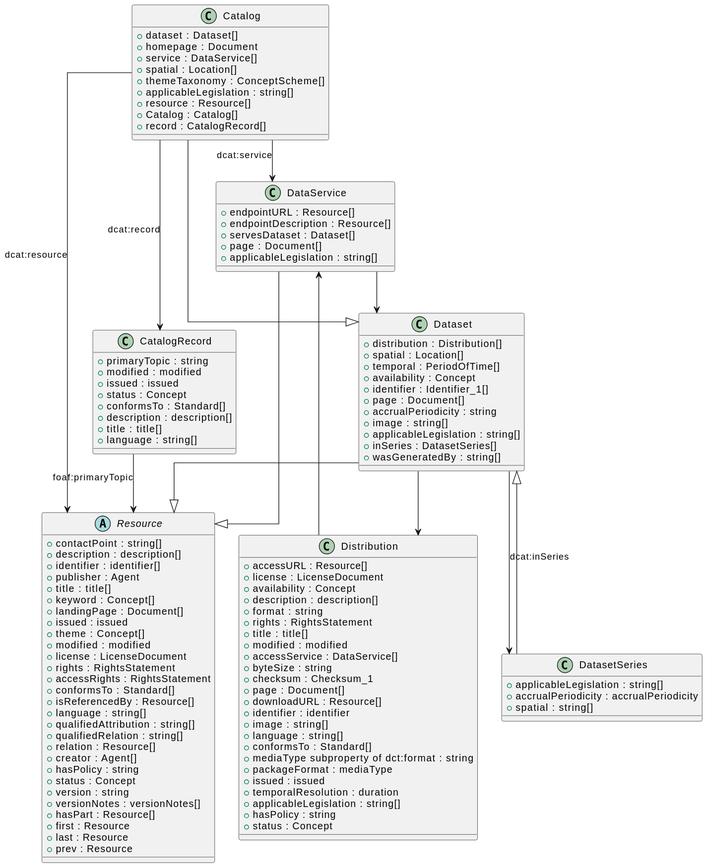
Earlier version of the PlantUML export docs/releases/3.0_workingdraft/images/uml_3.0.svg (opendata-swiss/dcat_ap_ch). Source of this version:
```plantuml
@startuml
skinparam linetype ortho


class Catalog {
    +dataset : Dataset[]
    +homepage : Document
    +service : DataService[]
    +spatial : Location[]
    +themeTaxonomy : ConceptScheme[]
    +applicableLegislation : string[]
    +resource : Resource[]
    +Catalog : Catalog[]
    +record : CatalogRecord[]
}

abstract class Resource {
    +contactPoint : string[]
    +description : description[]
    +identifier : identifier[]
    +publisher : Agent
    +title : title[]
    +keyword : Concept[]
    +landingPage : Document[]
    +issued : issued
    +theme : Concept[]
    +modified : modified
    +license : LicenseDocument
    +rights : RightsStatement
    +accessRights : RightsStatement
    +conformsTo : Standard[]
    +isReferencedBy : Resource[]
    +language : string[]
    +qualifiedAttribution : string[]
    +qualifiedRelation : string[]
    +relation : Resource[]
    +creator : Agent[]
    +hasPolicy : string
    +status : Concept
    +version : string
    +versionNotes : versionNotes[]
    +hasPart : Resource[]
    +first : Resource
    +last : Resource
    +prev : Resource
}
class CatalogRecord {
    +primaryTopic : string
    +modified : modified
    +issued : issued
    +status : Concept
    +conformsTo : Standard[]
    +description : description[]
    +title : title[]
    +language : string[]
}
class DataService {
    +endpointURL : Resource[]
    +endpointDescription : Resource[]
    +servesDataset : Dataset[]
    +page : Document[]
    +applicableLegislation : string[]
}
class Dataset {
    +distribution : Distribution[]
    +spatial : Location[]
    +temporal : PeriodOfTime[]
    +availability : Concept
    +identifier : Identifier_1[]
    +page : Document[]
    +accrualPeriodicity : string
    +image : string[]
    +applicableLegislation : string[]
    +inSeries : DatasetSeries[]
    +wasGeneratedBy : string[]
}
class DatasetSeries {
    +applicableLegislation : string[]
    +accrualPeriodicity : accrualPeriodicity
    +spatial : string[]
}
class Distribution {
    +accessURL : Resource[]
    +license : LicenseDocument
    +availability : Concept
    +description : description[]
    +format : string
    +rights : RightsStatement
    +title : title[]
    +modified : modified
    +accessService : DataService[]
    +byteSize : string
    +checksum : Checksum_1
    +page : Document[]
    +downloadURL : Resource[]
    +identifier : identifier
    +image : string[]
    +language : string[]
    +conformsTo : Standard[]
    +mediaType subproperty of dct:format : string
    +packageFormat : mediaType
    +issued : issued
    +temporalResolution : duration
    +applicableLegislation : string[]
    +hasPolicy : string
    +status : Concept
}


CatalogRecord-->Resource :foaf:primaryTopic
Catalog-->Resource :dcat:resource
Dataset-->DatasetSeries :dcat:inSeries
Catalog--|>Dataset
Dataset-->Distribution
Distribution-->DataService
DataService-->Dataset
Catalog-->DataService :dcat:service
Catalog-->CatalogRecord :dcat:record
DatasetSeries--|>Dataset
DataService--|>Resource
Dataset--|>Resource
@enduml
```
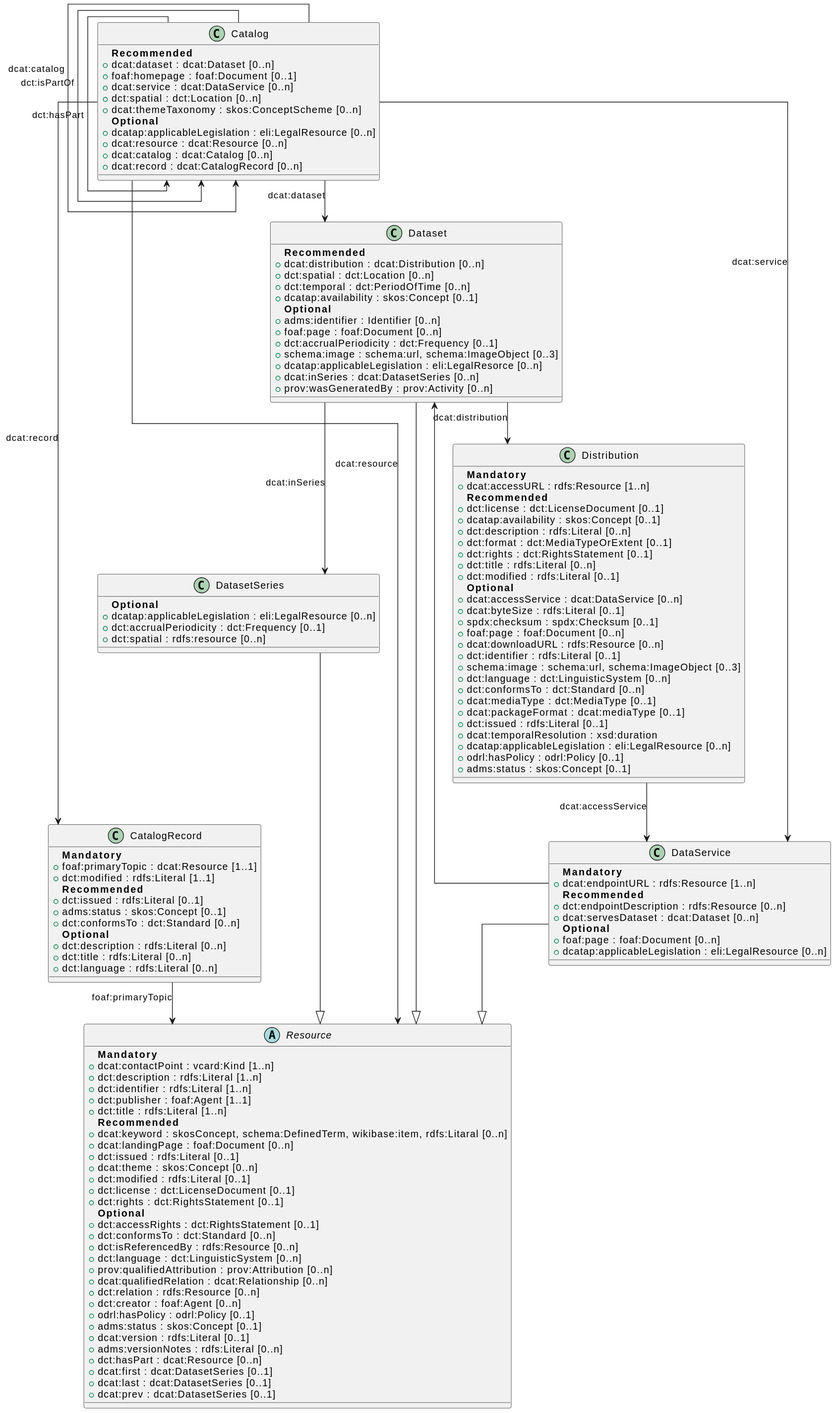
After the commit.

The edit, as a diff of the source:
```diff
@@ -3,120 +3,138 @@
 
 
 class Catalog {
-    +dataset : Dataset[]
-    +homepage : Document
-    +service : DataService[]
-    +spatial : Location[]
-    +themeTaxonomy : ConceptScheme[]
-    +applicableLegislation : string[]
-    +resource : Resource[]
-    +Catalog : Catalog[]
-    +record : CatalogRecord[]
+**Recommended**
+    +dcat:dataset : dcat:Dataset [0..n]
+    +foaf:homepage : foaf:Document [0..1]
+    +dcat:service : dcat:DataService [0..n]
+    +dct:spatial : dct:Location [0..n]
+    +dcat:themeTaxonomy : skos:ConceptScheme [0..n]
+**Optional**
+    +dcatap:applicableLegislation : eli:LegalResource [0..n]
+    +dcat:resource : dcat:Resource [0..n]
+    +dcat:catalog : dcat:Catalog [0..n]
+    +dcat:record : dcat:CatalogRecord [0..n]
 }
-
 abstract class Resource {
-    +contactPoint : string[]
-    +description : description[]
-    +identifier : identifier[]
-    +publisher : Agent
-    +title : title[]
-    +keyword : Concept[]
-    +landingPage : Document[]
-    +issued : issued
-    +theme : Concept[]
-    +modified : modified
-    +license : LicenseDocument
-    +rights : RightsStatement
-    +accessRights : RightsStatement
-    +conformsTo : Standard[]
-    +isReferencedBy : Resource[]
-    +language : string[]
-    +qualifiedAttribution : string[]
-    +qualifiedRelation : string[]
-    +relation : Resource[]
-    +creator : Agent[]
-    +hasPolicy : string
-    +status : Concept
-    +version : string
-    +versionNotes : versionNotes[]
-    +hasPart : Resource[]
-    +first : Resource
-    +last : Resource
-    +prev : Resource
+**Mandatory**
+    +dcat:contactPoint : vcard:Kind [1..n]
+    +dct:description : rdfs:Literal [1..n]
+    +dct:identifier : rdfs:Literal [1..n]
+    +dct:publisher : foaf:Agent [1..1]
+    +dct:title : rdfs:Literal [1..n]
+**Recommended**
+    +dcat:keyword : skosConcept, schema:DefinedTerm, wikibase:item, rdfs:Litaral [0..n]
+    +dcat:landingPage : foaf:Document [0..n]
+    +dct:issued : rdfs:Literal [0..1]
+    +dcat:theme : skos:Concept [0..n]
+    +dct:modified : rdfs:Literal [0..1]
+    +dct:license : dct:LicenseDocument [0..1]
+    +dct:rights : dct:RightsStatement [0..1]
+**Optional**
+    +dct:accessRights : dct:RightsStatement [0..1]
+    +dct:conformsTo : dct:Standard [0..n]
+    +dct:isReferencedBy : rdfs:Resource [0..n]
+    +dct:language : dct:LinguisticSystem [0..n]
+    +prov:qualifiedAttribution : prov:Attribution [0..n]
+    +dcat:qualifiedRelation : dcat:Relationship [0..n]
+    +dct:relation : rdfs:Resource [0..n]
+    +dct:creator : foaf:Agent [0..n]
+    +odrl:hasPolicy : odrl:Policy [0..1]
+    +adms:status : skos:Concept [0..1]
+    +dcat:version : rdfs:Literal [0..1]
+    +adms:versionNotes : rdfs:Literal [0..n]
+    +dct:hasPart : dcat:Resource [0..n]
+    +dcat:first : dcat:DatasetSeries [0..1]
+    +dcat:last : dcat:DatasetSeries [0..1]
+    +dcat:prev : dcat:DatasetSeries [0..1]
 }
 class CatalogRecord {
-    +primaryTopic : string
-    +modified : modified
-    +issued : issued
-    +status : Concept
-    +conformsTo : Standard[]
-    +description : description[]
-    +title : title[]
-    +language : string[]
+**Mandatory**
+    +foaf:primaryTopic : dcat:Resource [1..1]
+    +dct:modified : rdfs:Literal [1..1]
+**Recommended**
+    +dct:issued : rdfs:Literal [0..1]
+    +adms:status : skos:Concept [0..1]
+    +dct:conformsTo : dct:Standard [0..n]
+**Optional**
+    +dct:description : rdfs:Literal [0..n]
+    +dct:title : rdfs:Literal [0..n]
+    +dct:language : rdfs:Literal [0..n]
+}
+class Dataset {
+**Recommended**
+    +dcat:distribution : dcat:Distribution [0..n]
+    +dct:spatial : dct:Location [0..n]
+    +dct:temporal : dct:PeriodOfTime [0..n]
+    +dcatap:availability : skos:Concept [0..1]
+**Optional**
+    +adms:identifier : Identifier [0..n]
+    +foaf:page : foaf:Document [0..n]
+    +dct:accrualPeriodicity : dct:Frequency [0..1]
+    +schema:image : schema:url, schema:ImageObject [0..3]
+    +dcatap:applicableLegislation : eli:LegalResorce [0..n]
+    +dcat:inSeries : dcat:DatasetSeries [0..n]
+    +prov:wasGeneratedBy : prov:Activity [0..n]
+}
+class Distribution {
+**Mandatory**
+    +dcat:accessURL : rdfs:Resource [1..n]
+**Recommended**
+    +dct:license : dct:LicenseDocument [0..1]
+    +dcatap:availability : skos:Concept [0..1]
+    +dct:description : rdfs:Literal [0..n]
+    +dct:format : dct:MediaTypeOrExtent [0..1]
+    +dct:rights : dct:RightsStatement [0..1]
+    +dct:title : rdfs:Literal [0..n]
+    +dct:modified : rdfs:Literal [0..1]
+**Optional**
+    +dcat:accessService : dcat:DataService [0..n]
+    +dcat:byteSize : rdfs:Literal [0..1]
+    +spdx:checksum : spdx:Checksum [0..1]
+    +foaf:page : foaf:Document [0..n]
+    +dcat:downloadURL : rdfs:Resource [0..n]
+    +dct:identifier : rdfs:Literal [0..1]
+    +schema:image : schema:url, schema:ImageObject [0..3]
+    +dct:language : dct:LinguisticSystem [0..n]
+    +dct:conformsTo : dct:Standard [0..n]
+    +dcat:mediaType : dct:MediaType [0..1]
+    +dcat:packageFormat : dcat:mediaType [0..1]
+    +dct:issued : rdfs:Literal [0..1]
+    +dcat:temporalResolution : xsd:duration
+    +dcatap:applicableLegislation : eli:LegalResource [0..n]
+    +odrl:hasPolicy : odrl:Policy [0..1]
+    +adms:status : skos:Concept [0..1]
 }
 class DataService {
-    +endpointURL : Resource[]
-    +endpointDescription : Resource[]
-    +servesDataset : Dataset[]
-    +page : Document[]
-    +applicableLegislation : string[]
-}
-class Dataset {
-    +distribution : Distribution[]
-    +spatial : Location[]
-    +temporal : PeriodOfTime[]
-    +availability : Concept
-    +identifier : Identifier_1[]
-    +page : Document[]
-    +accrualPeriodicity : string
-    +image : string[]
-    +applicableLegislation : string[]
-    +inSeries : DatasetSeries[]
-    +wasGeneratedBy : string[]
+**Mandatory**
+    +dcat:endpointURL : rdfs:Resource [1..n]
+**Recommended**
+    +dct:endpointDescription : rdfs:Resource [0..n]
+    +dcat:servesDataset : dcat:Dataset [0..n]
+**Optional**
+    +foaf:page : foaf:Document [0..n]
+    +dcatap:applicableLegislation : eli:LegalResource [0..n]
 }
 class DatasetSeries {
-    +applicableLegislation : string[]
-    +accrualPeriodicity : accrualPeriodicity
-    +spatial : string[]
+**Optional**
+    +dcatap:applicableLegislation : eli:LegalResource [0..n]
+    +dct:accrualPeriodicity : dct:Frequency [0..1]
+    +dct:spatial : rdfs:resource [0..n]
 }
-class Distribution {
-    +accessURL : Resource[]
-    +license : LicenseDocument
-    +availability : Concept
-    +description : description[]
-    +format : string
-    +rights : RightsStatement
-    +title : title[]
-    +modified : modified
-    +accessService : DataService[]
-    +byteSize : string
-    +checksum : Checksum_1
-    +page : Document[]
-    +downloadURL : Resource[]
-    +identifier : identifier
-    +image : string[]
-    +language : string[]
-    +conformsTo : Standard[]
-    +mediaType subproperty of dct:format : string
-    +packageFormat : mediaType
-    +issued : issued
-    +temporalResolution : duration
-    +applicableLegislation : string[]
-    +hasPolicy : string
-    +status : Concept
-}
-
 
 CatalogRecord-->Resource :foaf:primaryTopic
 Catalog-->Resource :dcat:resource
+Catalog-->Catalog :dct:hasPart
+Catalog-->Catalog :dct:isPartOf
+Catalog-->Catalog :dcat:catalog
 Dataset-->DatasetSeries :dcat:inSeries
-Catalog--|>Dataset
-Dataset-->Distribution
-Distribution-->DataService
+Catalog-->Dataset :dcat:dataset
+Dataset-->Distribution :dcat:distribution
+Distribution-->DataService :dcat:accessService
 DataService-->Dataset
 Catalog-->DataService :dcat:service
 Catalog-->CatalogRecord :dcat:record
-DatasetSeries--|>Dataset
+DatasetSeries--|>Resource
 DataService--|>Resource
 Dataset--|>Resource
 @enduml
```
